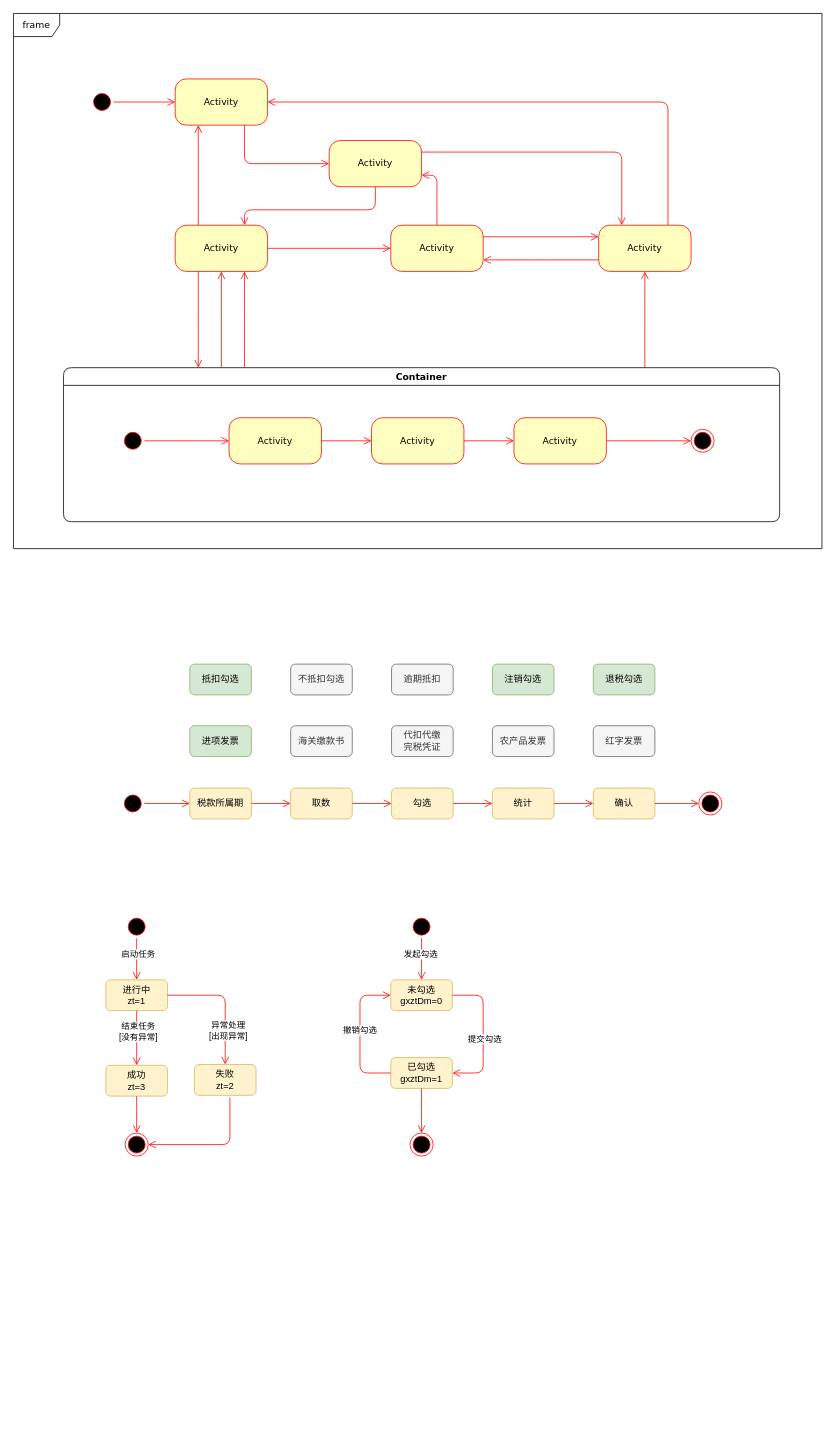
Earlier version of the draw.io diagram 发票认证整体.drawio (xingzhihe/hello-world). Source tidied: cells renumbered, new cells numbered last; positions are measured from the earlier drawing's top-left corner, leaving out a move shared by most shapes. Both pictures are drawn from the tidied source at 77%, with x=0, y=0 at pixel (13, 13).
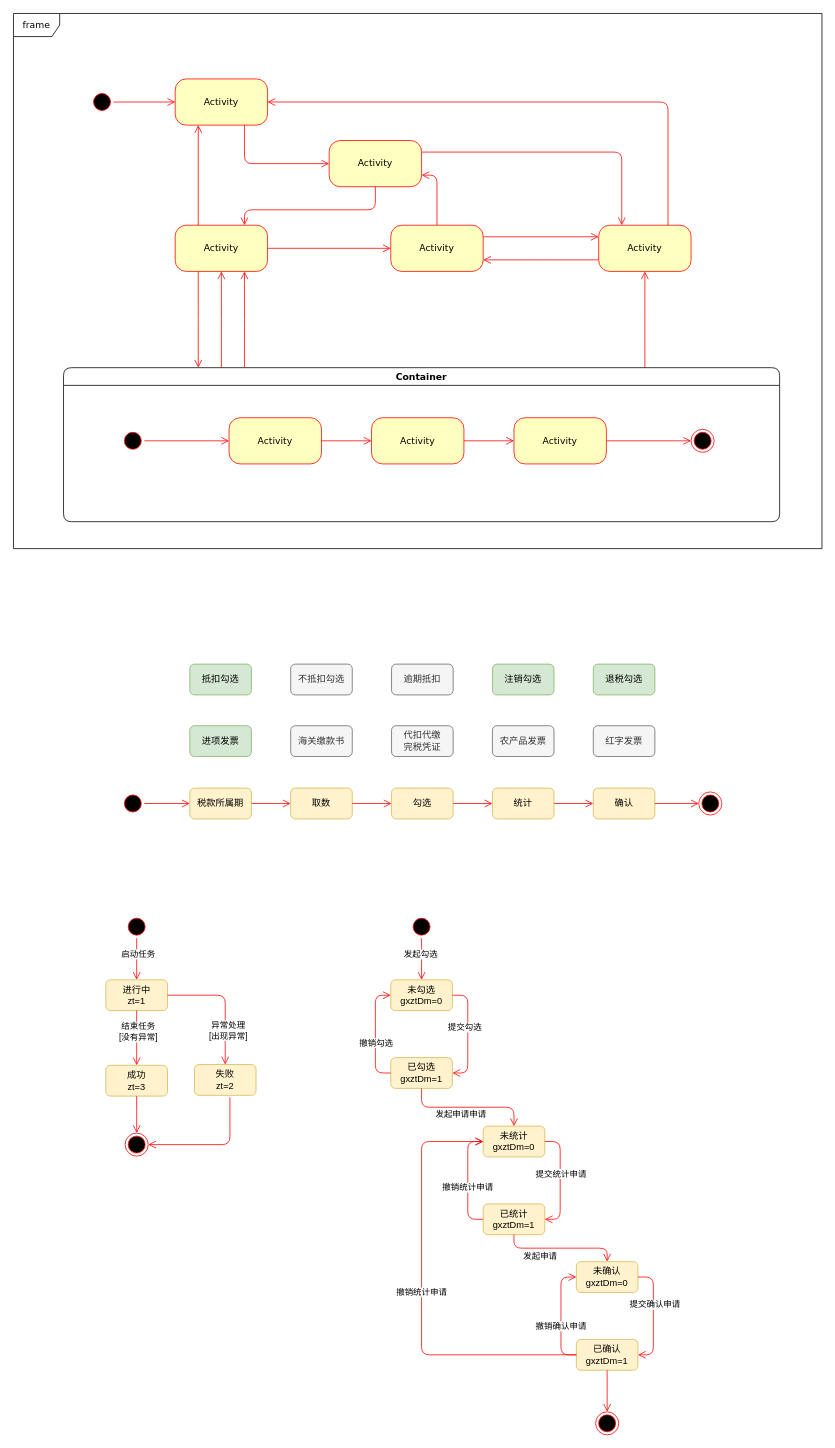
After the change.

Commit message:
更新发票认证整体.drawio

The change refers to these unchanged cells:
```xml
<mxCell id="69" value="未勾选&lt;br&gt;gxztDm=0" style="rounded=1;whiteSpace=wrap;html=1;fillColor=#fff2cc;strokeColor=#d6b656;" parent="1" vertex="1">
  <mxGeometry x="490" y="1255" width="80" height="40" as="geometry" />
</mxCell>
<mxCell id="70" value="已勾选&lt;br&gt;gxztDm=1" style="rounded=1;whiteSpace=wrap;html=1;fillColor=#fff2cc;strokeColor=#d6b656;" parent="1" vertex="1">
  <mxGeometry x="490" y="1356" width="80" height="40" as="geometry" />
</mxCell>
```

Diff of the diagram source:
```diff
@@
-    <mxCell id="71" style="ellipse;html=1;shape=endState;fillColor=#000000;strokeColor=#ff0000;" parent="1" vertex="1">
-      <mxGeometry x="515" y="1454" width="30" height="30" as="geometry" />
-    </mxCell>
@@
     <mxCell id="75" style="edgeStyle=orthogonalEdgeStyle;html=1;verticalAlign=bottom;endArrow=open;endSize=8;strokeColor=#ff0000;rounded=1;entryX=1;entryY=0.5;entryDx=0;entryDy=0;exitX=1;exitY=0.5;exitDx=0;exitDy=0;" parent="1" edge="1" source="69" target="70">
       <mxGeometry relative="1" as="geometry">
         <Array as="points">
-          <mxPoint x="610" y="1275" />
-          <mxPoint x="610" y="1376" />
+          <mxPoint x="590" y="1275" />
+          <mxPoint x="590" y="1376" />
         </Array>
       </mxGeometry>
     </mxCell>
     <mxCell id="76" value="提交勾选" style="edgeLabel;html=1;align=center;verticalAlign=middle;" parent="75" vertex="1">
-      <mxGeometry x="0.06" y="1" relative="1" as="geometry" />
+      <mxGeometry x="0.06" y="1" relative="1" as="geometry">
+        <mxPoint x="-6" y="-14" as="offset" />
+      </mxGeometry>
     </mxCell>
-    <mxCell id="77" style="edgeStyle=orthogonalEdgeStyle;html=1;verticalAlign=bottom;endArrow=open;endSize=8;strokeColor=#ff0000;rounded=0;entryX=0.5;entryY=0;entryDx=0;entryDy=0;exitX=0.5;exitY=1;exitDx=0;exitDy=0;" parent="1" edge="1" source="70" target="71">
-      <mxGeometry relative="1" as="geometry">
-        <Array as="points">
-          <mxPoint x="530" y="1426" />
-          <mxPoint x="530" y="1426" />
-        </Array>
-      </mxGeometry>
-    </mxCell>
     <mxCell id="78" style="edgeStyle=orthogonalEdgeStyle;html=1;verticalAlign=bottom;endArrow=open;endSize=8;strokeColor=#ff0000;rounded=1;entryX=0;entryY=0.5;entryDx=0;entryDy=0;exitX=0;exitY=0.5;exitDx=0;exitDy=0;" parent="1" edge="1" source="70" target="69">
       <mxGeometry relative="1" as="geometry">
         <Array as="points">
-          <mxPoint x="450" y="1376" />
-          <mxPoint x="450" y="1275" />
+          <mxPoint x="470" y="1376" />
+          <mxPoint x="470" y="1275" />
         </Array>
       </mxGeometry>
     </mxCell>
     <mxCell id="79" value="撤销勾选" style="edgeLabel;html=1;align=center;verticalAlign=middle;" parent="78" vertex="1">
-      <mxGeometry x="0.06" y="1" relative="1" as="geometry" />
+      <mxGeometry x="0.06" y="1" relative="1" as="geometry">
+        <mxPoint x="1" y="15" as="offset" />
+      </mxGeometry>
     </mxCell>
+    <mxCell id="80" value="未统计&lt;br&gt;gxztDm=0" style="rounded=1;whiteSpace=wrap;html=1;fillColor=#fff2cc;strokeColor=#d6b656;" parent="1" vertex="1">
+      <mxGeometry x="610" y="1445" width="80" height="40" as="geometry" />
+    </mxCell>
+    <mxCell id="81" value="已统计&lt;br&gt;gxztDm=1" style="rounded=1;whiteSpace=wrap;html=1;fillColor=#fff2cc;strokeColor=#d6b656;" parent="1" vertex="1">
+      <mxGeometry x="610" y="1546" width="80" height="40" as="geometry" />
+    </mxCell>
+    <mxCell id="82" style="edgeStyle=orthogonalEdgeStyle;html=1;verticalAlign=bottom;endArrow=open;endSize=8;strokeColor=#ff0000;rounded=1;entryX=0.5;entryY=0;entryDx=0;entryDy=0;exitX=0.5;exitY=1;exitDx=0;exitDy=0;" parent="1" edge="1" source="70" target="80">
+      <mxGeometry relative="1" as="geometry" />
+    </mxCell>
+    <mxCell id="83" value="发起申请申请" style="edgeLabel;html=1;align=center;verticalAlign=middle;" parent="82" vertex="1">
+      <mxGeometry x="-0.36" y="-2" relative="1" as="geometry">
+        <mxPoint x="21" y="7" as="offset" />
+      </mxGeometry>
+    </mxCell>
+    <mxCell id="84" style="edgeStyle=orthogonalEdgeStyle;html=1;verticalAlign=bottom;endArrow=open;endSize=8;strokeColor=#ff0000;rounded=1;exitX=0;exitY=0.5;exitDx=0;exitDy=0;entryX=0;entryY=0.5;entryDx=0;entryDy=0;" parent="1" edge="1" source="81" target="80">
+      <mxGeometry relative="1" as="geometry">
+        <Array as="points">
+          <mxPoint x="590" y="1566" />
+          <mxPoint x="590" y="1465" />
+        </Array>
+      </mxGeometry>
+    </mxCell>
+    <mxCell id="85" value="撤销统计申请" style="edgeLabel;html=1;align=center;verticalAlign=middle;" parent="84" vertex="1">
+      <mxGeometry x="0.06" y="1" relative="1" as="geometry">
+        <mxPoint y="13" as="offset" />
+      </mxGeometry>
+    </mxCell>
+    <mxCell id="86" style="edgeStyle=orthogonalEdgeStyle;html=1;verticalAlign=bottom;endArrow=open;endSize=8;strokeColor=#ff0000;rounded=1;entryX=1;entryY=0.5;entryDx=0;entryDy=0;exitX=1;exitY=0.5;exitDx=0;exitDy=0;" parent="1" edge="1" source="80" target="81">
+      <mxGeometry relative="1" as="geometry">
+        <Array as="points">
+          <mxPoint x="710" y="1465" />
+          <mxPoint x="710" y="1566" />
+        </Array>
+      </mxGeometry>
+    </mxCell>
+    <mxCell id="87" value="提交统计申请" style="edgeLabel;html=1;align=center;verticalAlign=middle;" parent="86" vertex="1">
+      <mxGeometry x="0.06" y="1" relative="1" as="geometry">
+        <mxPoint x="-1" y="-14" as="offset" />
+      </mxGeometry>
+    </mxCell>
+    <mxCell id="88" value="未确认&lt;br&gt;gxztDm=0" style="rounded=1;whiteSpace=wrap;html=1;fillColor=#fff2cc;strokeColor=#d6b656;" parent="1" vertex="1">
+      <mxGeometry x="731" y="1621" width="80" height="40" as="geometry" />
+    </mxCell>
+    <mxCell id="89" value="已确认&lt;br&gt;gxztDm=1" style="rounded=1;whiteSpace=wrap;html=1;fillColor=#fff2cc;strokeColor=#d6b656;" parent="1" vertex="1">
+      <mxGeometry x="731" y="1722" width="80" height="40" as="geometry" />
+    </mxCell>
+    <mxCell id="90" style="ellipse;html=1;shape=endState;fillColor=#000000;strokeColor=#ff0000;" parent="1" vertex="1">
+      <mxGeometry x="756" y="1816" width="30" height="30" as="geometry" />
+    </mxCell>
+    <mxCell id="91" style="edgeStyle=orthogonalEdgeStyle;html=1;verticalAlign=bottom;endArrow=open;endSize=8;strokeColor=#ff0000;rounded=1;entryX=0.5;entryY=0;entryDx=0;entryDy=0;exitX=0.5;exitY=1;exitDx=0;exitDy=0;" parent="1" edge="1" source="81" target="88">
+      <mxGeometry relative="1" as="geometry" />
+    </mxCell>
+    <mxCell id="92" value="发起申请" style="edgeLabel;html=1;align=center;verticalAlign=middle;" parent="91" vertex="1">
+      <mxGeometry x="-0.36" y="-2" relative="1" as="geometry">
+        <mxPoint x="1" y="8" as="offset" />
+      </mxGeometry>
+    </mxCell>
+    <mxCell id="93" style="edgeStyle=orthogonalEdgeStyle;html=1;verticalAlign=bottom;endArrow=open;endSize=8;strokeColor=#ff0000;rounded=1;exitX=0;exitY=0.5;exitDx=0;exitDy=0;entryX=0;entryY=0.5;entryDx=0;entryDy=0;" parent="1" edge="1" source="89" target="88">
+      <mxGeometry relative="1" as="geometry">
+        <Array as="points">
+          <mxPoint x="711" y="1742" />
+          <mxPoint x="711" y="1641" />
+        </Array>
+      </mxGeometry>
+    </mxCell>
+    <mxCell id="94" value="撤销确认申请" style="edgeLabel;html=1;align=center;verticalAlign=middle;" parent="93" vertex="1">
+      <mxGeometry x="0.06" y="1" relative="1" as="geometry">
+        <mxPoint y="17" as="offset" />
+      </mxGeometry>
+    </mxCell>
+    <mxCell id="95" style="edgeStyle=orthogonalEdgeStyle;html=1;verticalAlign=bottom;endArrow=open;endSize=8;strokeColor=#ff0000;rounded=0;entryX=0.5;entryY=0;entryDx=0;entryDy=0;exitX=0.5;exitY=1;exitDx=0;exitDy=0;" parent="1" edge="1" source="89" target="90">
+      <mxGeometry relative="1" as="geometry">
+        <Array as="points">
+          <mxPoint x="771" y="1791" />
+          <mxPoint x="771" y="1791" />
+        </Array>
+      </mxGeometry>
+    </mxCell>
+    <mxCell id="96" style="edgeStyle=orthogonalEdgeStyle;html=1;verticalAlign=bottom;endArrow=open;endSize=8;strokeColor=#ff0000;rounded=1;entryX=1;entryY=0.5;entryDx=0;entryDy=0;exitX=1;exitY=0.5;exitDx=0;exitDy=0;" parent="1" edge="1" source="88" target="89">
+      <mxGeometry relative="1" as="geometry">
+        <Array as="points">
+          <mxPoint x="831" y="1641" />
+          <mxPoint x="831" y="1742" />
+        </Array>
+      </mxGeometry>
+    </mxCell>
+    <mxCell id="97" value="提交确认申请" style="edgeLabel;html=1;align=center;verticalAlign=middle;" parent="96" vertex="1">
+      <mxGeometry x="0.06" y="1" relative="1" as="geometry">
+        <mxPoint y="-20" as="offset" />
+      </mxGeometry>
+    </mxCell>
+    <mxCell id="98" style="edgeStyle=orthogonalEdgeStyle;html=1;verticalAlign=bottom;endArrow=open;endSize=8;strokeColor=#ff0000;rounded=1;exitX=0;exitY=0.5;exitDx=0;exitDy=0;entryX=0;entryY=0.5;entryDx=0;entryDy=0;" parent="1" edge="1" source="89" target="80">
+      <mxGeometry relative="1" as="geometry">
+        <Array as="points">
+          <mxPoint x="530" y="1742" />
+          <mxPoint x="530" y="1465" />
+        </Array>
+      </mxGeometry>
+    </mxCell>
+    <mxCell id="99" value="撤销统计申请" style="edgeLabel;html=1;align=center;verticalAlign=middle;" parent="98" vertex="1">
+      <mxGeometry x="0.06" y="1" relative="1" as="geometry">
+        <mxPoint y="13" as="offset" />
+      </mxGeometry>
+    </mxCell>
```
